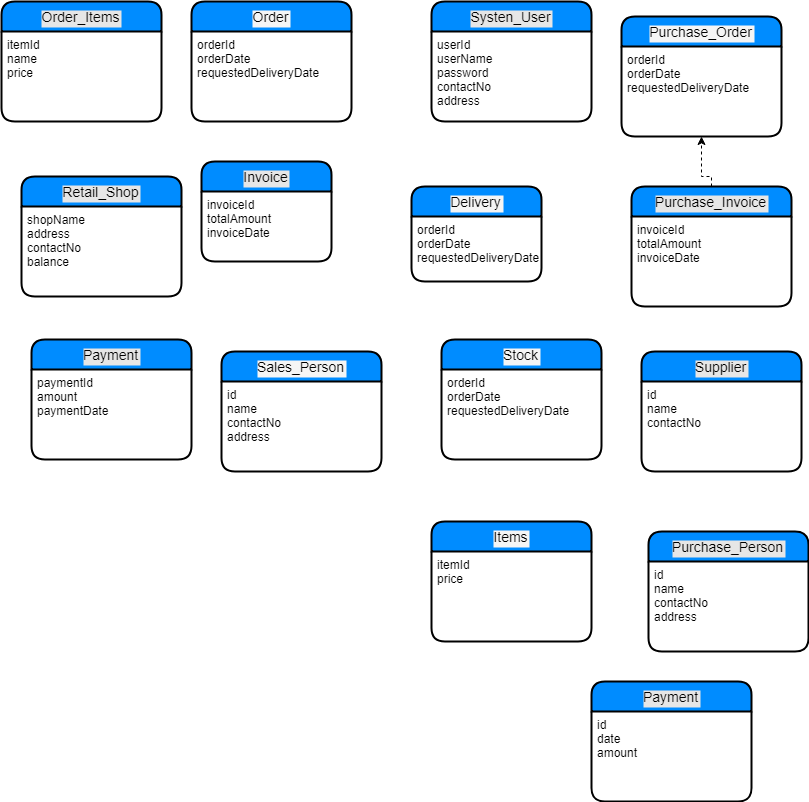
Above: ER diagram.png in dim912/akkatb (draw.io), before the change. Source tidied: cells renumbered, new cells last; positions are measured from the earlier drawing's top-left corner, leaving out a move shared by most shapes. Source of this version:
```xml
<mxGraphModel background="#ffffff">
  <root>
    <mxCell id="0" />
    <mxCell id="1" parent="0" />
    <mxCell id="2" value="Purchase_Order" style="swimlane;horizontal=1;startSize=30;fillColor=#008cff;fontColor=#000000;rounded=1;fontSize=14;fontStyle=0;strokeWidth=2;shadow=0;dashed=0;align=center;labelBackgroundColor=#F5F5F5;" parent="1" vertex="1">
      <mxGeometry x="620" y="15" width="160" height="120" as="geometry" />
    </mxCell>
    <mxCell id="3" value="orderId&#10;orderDate&#10;requestedDeliveryDate&#10;" style="align=left;strokeColor=none;fillColor=none;spacingLeft=4;fontSize=12;verticalAlign=top;fontColor=#000000;" parent="2" vertex="1">
      <mxGeometry y="30" width="160" height="90" as="geometry" />
    </mxCell>
    <mxCell id="4" style="edgeStyle=orthogonalEdgeStyle;rounded=0;html=1;dashed=1;labelBackgroundColor=#F5F5F5;jettySize=auto;fontSize=14;fontColor=#000000;" parent="1" edge="1" source="23" target="3">
      <mxGeometry relative="1" as="geometry" />
    </mxCell>
    <mxCell id="5" value="Sales_Person" style="swimlane;horizontal=1;startSize=30;fillColor=#008cff;fontColor=#000000;rounded=1;fontSize=14;fontStyle=0;strokeWidth=2;shadow=0;dashed=0;align=center;labelBackgroundColor=#F5F5F5;" parent="1" vertex="1">
      <mxGeometry x="220" y="350" width="160" height="120" as="geometry" />
    </mxCell>
    <mxCell id="6" value="id&#10;name&#10;contactNo&#10;address&#10;" style="align=left;strokeColor=none;fillColor=none;spacingLeft=4;fontSize=12;verticalAlign=top;fontColor=#000000;" parent="5" vertex="1">
      <mxGeometry y="30" width="160" height="90" as="geometry" />
    </mxCell>
    <mxCell id="7" value="Order" style="swimlane;horizontal=1;startSize=30;fillColor=#008cff;fontColor=#000000;rounded=1;fontSize=14;fontStyle=0;strokeWidth=2;shadow=0;dashed=0;align=center;labelBackgroundColor=#F5F5F5;" parent="1" vertex="1">
      <mxGeometry x="190" width="160" height="120" as="geometry" />
    </mxCell>
    <mxCell id="8" value="orderId&#10;orderDate&#10;requestedDeliveryDate&#10;" style="align=left;strokeColor=none;fillColor=none;spacingLeft=4;fontSize=12;verticalAlign=top;fontColor=#000000;" parent="7" vertex="1">
      <mxGeometry y="30" width="160" height="90" as="geometry" />
    </mxCell>
    <mxCell id="9" value="Systen_User" style="swimlane;horizontal=1;startSize=30;fillColor=#008cff;fontColor=#000000;rounded=1;fontSize=14;fontStyle=0;strokeWidth=2;shadow=0;dashed=0;align=center;labelBackgroundColor=#E6E6E6;" parent="1" vertex="1">
      <mxGeometry x="430" width="160" height="120" as="geometry" />
    </mxCell>
    <mxCell id="10" value="userId&#10;userName&#10;password&#10;contactNo&#10;address&#10;" style="align=left;strokeColor=none;fillColor=none;spacingLeft=4;fontSize=12;verticalAlign=top;fontColor=#000000;" parent="9" vertex="1">
      <mxGeometry y="30" width="160" height="90" as="geometry" />
    </mxCell>
    <mxCell id="11" value="Delivery" style="swimlane;horizontal=1;startSize=30;fillColor=#008cff;fontColor=#000000;rounded=1;fontSize=14;fontStyle=0;strokeWidth=2;shadow=0;dashed=0;align=center;labelBackgroundColor=#F5F5F5;" parent="1" vertex="1">
      <mxGeometry x="410" y="185" width="130" height="95" as="geometry" />
    </mxCell>
    <mxCell id="12" value="orderId&#10;orderDate&#10;requestedDeliveryDate&#10;" style="align=left;strokeColor=none;fillColor=none;spacingLeft=4;fontSize=12;verticalAlign=top;fontColor=#000000;" parent="11" vertex="1">
      <mxGeometry y="30" width="130" height="65" as="geometry" />
    </mxCell>
    <mxCell id="13" value="Order_Items" style="swimlane;horizontal=1;startSize=30;fillColor=#008cff;fontColor=#000000;rounded=1;fontSize=14;fontStyle=0;strokeWidth=2;shadow=0;dashed=0;align=center;labelBackgroundColor=#E6E6E6;" parent="1" vertex="1">
      <mxGeometry width="160" height="120" as="geometry" />
    </mxCell>
    <mxCell id="14" value="itemId&#10;name&#10;price&#10;" style="align=left;strokeColor=none;fillColor=none;spacingLeft=4;fontSize=12;verticalAlign=top;" parent="13" vertex="1">
      <mxGeometry y="30" width="160" height="90" as="geometry" />
    </mxCell>
    <mxCell id="15" value="Invoice" style="swimlane;horizontal=1;startSize=30;fillColor=#008cff;fontColor=#000000;rounded=1;fontSize=14;fontStyle=0;strokeWidth=2;shadow=0;dashed=0;align=center;labelBackgroundColor=#E6E6E6;" parent="1" vertex="1">
      <mxGeometry x="200" y="160" width="130" height="100" as="geometry" />
    </mxCell>
    <mxCell id="16" value="Retail_Shop" style="swimlane;horizontal=1;startSize=30;fillColor=#008cff;fontColor=#000000;rounded=1;fontSize=14;fontStyle=0;strokeWidth=2;shadow=0;dashed=0;align=center;labelBackgroundColor=#E6E6E6;" parent="1" vertex="1">
      <mxGeometry x="20" y="175" width="160" height="120" as="geometry" />
    </mxCell>
    <mxCell id="17" value="shopName&#10;address&#10;contactNo&#10;balance&#10;" style="align=left;strokeColor=none;fillColor=none;spacingLeft=4;fontSize=12;verticalAlign=top;" parent="16" vertex="1">
      <mxGeometry y="30" width="160" height="90" as="geometry" />
    </mxCell>
    <mxCell id="18" value="Payment" style="swimlane;horizontal=1;startSize=30;fillColor=#008cff;fontColor=#000000;rounded=1;fontSize=14;fontStyle=0;strokeWidth=2;shadow=0;dashed=0;align=center;labelBackgroundColor=#E6E6E6;" parent="1" vertex="1">
      <mxGeometry x="30" y="338" width="160" height="120" as="geometry" />
    </mxCell>
    <mxCell id="19" value="paymentId&#10;amount&#10;paymentDate&#10;" style="align=left;strokeColor=none;fillColor=none;spacingLeft=4;fontSize=12;verticalAlign=top;" parent="18" vertex="1">
      <mxGeometry y="30" width="160" height="90" as="geometry" />
    </mxCell>
    <mxCell id="20" value="Stock" style="swimlane;horizontal=1;startSize=30;fillColor=#008cff;fontColor=#000000;rounded=1;fontSize=14;fontStyle=0;strokeWidth=2;shadow=0;dashed=0;align=center;labelBackgroundColor=#F5F5F5;" parent="1" vertex="1">
      <mxGeometry x="440" y="338" width="160" height="120" as="geometry" />
    </mxCell>
    <mxCell id="21" value="orderId&#10;orderDate&#10;requestedDeliveryDate&#10;" style="align=left;strokeColor=none;fillColor=none;spacingLeft=4;fontSize=12;verticalAlign=top;fontColor=#000000;" parent="20" vertex="1">
      <mxGeometry y="30" width="160" height="90" as="geometry" />
    </mxCell>
    <mxCell id="22" value="Purchase_Invoice" style="swimlane;horizontal=1;startSize=30;fillColor=#008cff;fontColor=#000000;rounded=1;fontSize=14;fontStyle=0;strokeWidth=2;shadow=0;dashed=0;align=center;labelBackgroundColor=#E6E6E6;" parent="1" vertex="1">
      <mxGeometry x="630" y="185" width="160" height="120" as="geometry" />
    </mxCell>
    <mxCell id="23" value="invoiceId&#10;totalAmount&#10;invoiceDate&#10;" style="align=left;strokeColor=none;fillColor=none;spacingLeft=4;fontSize=12;verticalAlign=top;" parent="22" vertex="1">
      <mxGeometry y="30" width="160" height="90" as="geometry" />
    </mxCell>
    <mxCell id="24" value="Supplier" style="swimlane;horizontal=1;startSize=30;fillColor=#008cff;fontColor=#000000;rounded=1;fontSize=14;fontStyle=0;strokeWidth=2;shadow=0;dashed=0;align=center;labelBackgroundColor=#E6E6E6;" parent="1" vertex="1">
      <mxGeometry x="640" y="350" width="160" height="120" as="geometry" />
    </mxCell>
    <mxCell id="25" value="id&#10;name&#10;contactNo&#10;" style="align=left;strokeColor=none;fillColor=none;spacingLeft=4;fontSize=12;verticalAlign=top;" parent="24" vertex="1">
      <mxGeometry y="30" width="160" height="90" as="geometry" />
    </mxCell>
    <mxCell id="26" value="Purchase_Person" style="swimlane;horizontal=1;startSize=30;fillColor=#008cff;fontColor=#000000;rounded=1;fontSize=14;fontStyle=0;strokeWidth=2;shadow=0;dashed=0;align=center;labelBackgroundColor=#E6E6E6;" parent="1" vertex="1">
      <mxGeometry x="647" y="530" width="160" height="120" as="geometry" />
    </mxCell>
    <mxCell id="27" value="id&#10;name&#10;contactNo&#10;address&#10;" style="align=left;strokeColor=none;fillColor=none;spacingLeft=4;fontSize=12;verticalAlign=top;" parent="26" vertex="1">
      <mxGeometry y="30" width="160" height="90" as="geometry" />
    </mxCell>
    <mxCell id="28" value="Items" style="swimlane;horizontal=1;startSize=30;fillColor=#008cff;fontColor=#000000;rounded=1;fontSize=14;fontStyle=0;strokeWidth=2;shadow=0;dashed=0;align=center;labelBackgroundColor=#F5F5F5;" parent="1" vertex="1">
      <mxGeometry x="430" y="520" width="160" height="120" as="geometry" />
    </mxCell>
    <mxCell id="29" value="itemId&#10;price&#10;" style="align=left;strokeColor=none;fillColor=none;spacingLeft=4;fontSize=12;verticalAlign=top;" parent="28" vertex="1">
      <mxGeometry y="30" width="160" height="90" as="geometry" />
    </mxCell>
    <mxCell id="30" value="Payment" style="swimlane;horizontal=1;startSize=30;fillColor=#008cff;fontColor=#000000;rounded=1;fontSize=14;fontStyle=0;strokeWidth=2;shadow=0;dashed=0;align=center;labelBackgroundColor=#E6E6E6;" parent="1" vertex="1">
      <mxGeometry x="590" y="680" width="160" height="120" as="geometry" />
    </mxCell>
    <mxCell id="31" value="id&#10;date&#10;amount&#10;" style="align=left;strokeColor=none;fillColor=none;spacingLeft=4;fontSize=12;verticalAlign=top;" parent="30" vertex="1">
      <mxGeometry y="30" width="160" height="90" as="geometry" />
    </mxCell>
    <mxCell id="32" value="invoiceId&#10;totalAmount&#10;invoiceDate&#10;" style="align=left;strokeColor=none;fillColor=none;spacingLeft=4;fontSize=12;verticalAlign=top;" parent="1" vertex="1">
      <mxGeometry x="200" y="190" width="130" height="65" as="geometry" />
    </mxCell>
  </root>
</mxGraphModel>
```
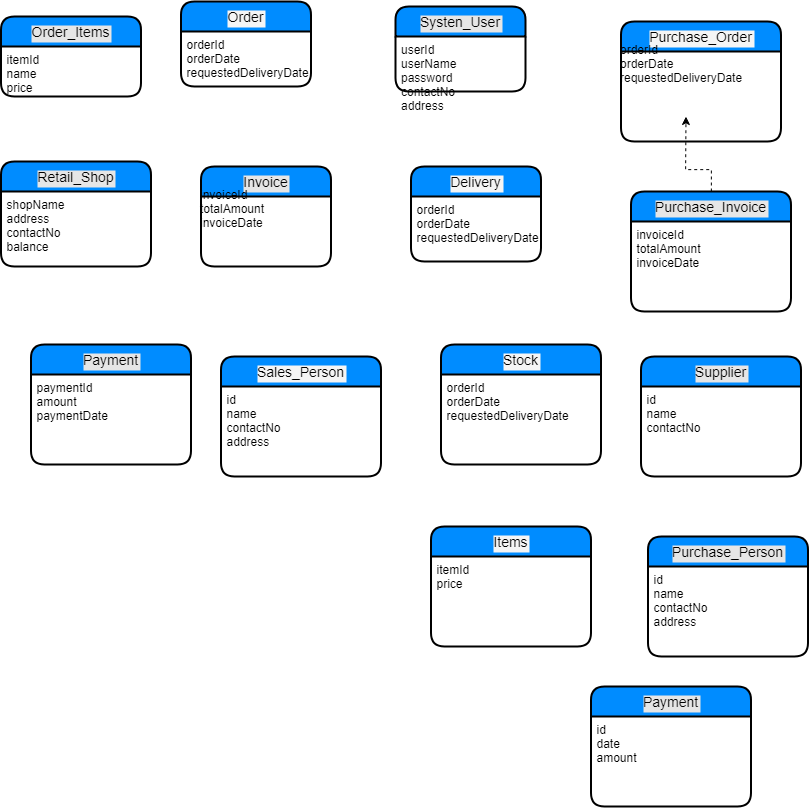
After the change.

The edit, as a diff of the source:
```diff
@@ -5,11 +5,10 @@
     <mxCell id="2" value="Purchase_Order" style="swimlane;horizontal=1;startSize=30;fillColor=#008cff;fontColor=#000000;rounded=1;fontSize=14;fontStyle=0;strokeWidth=2;shadow=0;dashed=0;align=center;labelBackgroundColor=#F5F5F5;" parent="1" vertex="1">
       <mxGeometry x="620" y="15" width="160" height="120" as="geometry" />
     </mxCell>
-    <mxCell id="3" value="orderId&#10;orderDate&#10;requestedDeliveryDate&#10;" style="align=left;strokeColor=none;fillColor=none;spacingLeft=4;fontSize=12;verticalAlign=top;fontColor=#000000;" parent="2" vertex="1">
-      <mxGeometry y="30" width="160" height="90" as="geometry" />
-    </mxCell>
-    <mxCell id="4" style="edgeStyle=orthogonalEdgeStyle;rounded=0;html=1;dashed=1;labelBackgroundColor=#F5F5F5;jettySize=auto;fontSize=14;fontColor=#000000;" parent="1" edge="1" source="23" target="3">
-      <mxGeometry relative="1" as="geometry" />
+    <mxCell id="4" style="edgeStyle=orthogonalEdgeStyle;rounded=0;html=1;dashed=1;labelBackgroundColor=#F5F5F5;jettySize=auto;fontSize=14;fontColor=#000000;" parent="1" edge="1" source="23">
+      <mxGeometry relative="1" as="geometry">
+        <mxPoint x="685" y="110" as="targetPoint" />
+      </mxGeometry>
     </mxCell>
     <mxCell id="5" value="Sales_Person" style="swimlane;horizontal=1;startSize=30;fillColor=#008cff;fontColor=#000000;rounded=1;fontSize=14;fontStyle=0;strokeWidth=2;shadow=0;dashed=0;align=center;labelBackgroundColor=#F5F5F5;" parent="1" vertex="1">
       <mxGeometry x="220" y="350" width="160" height="120" as="geometry" />
@@ -18,37 +17,31 @@
       <mxGeometry y="30" width="160" height="90" as="geometry" />
     </mxCell>
     <mxCell id="7" value="Order" style="swimlane;horizontal=1;startSize=30;fillColor=#008cff;fontColor=#000000;rounded=1;fontSize=14;fontStyle=0;strokeWidth=2;shadow=0;dashed=0;align=center;labelBackgroundColor=#F5F5F5;" parent="1" vertex="1">
-      <mxGeometry x="190" width="160" height="120" as="geometry" />
+      <mxGeometry x="180" y="-5" width="130" height="85" as="geometry" />
     </mxCell>
     <mxCell id="8" value="orderId&#10;orderDate&#10;requestedDeliveryDate&#10;" style="align=left;strokeColor=none;fillColor=none;spacingLeft=4;fontSize=12;verticalAlign=top;fontColor=#000000;" parent="7" vertex="1">
-      <mxGeometry y="30" width="160" height="90" as="geometry" />
+      <mxGeometry y="30" width="130" height="55" as="geometry" />
     </mxCell>
     <mxCell id="9" value="Systen_User" style="swimlane;horizontal=1;startSize=30;fillColor=#008cff;fontColor=#000000;rounded=1;fontSize=14;fontStyle=0;strokeWidth=2;shadow=0;dashed=0;align=center;labelBackgroundColor=#E6E6E6;" parent="1" vertex="1">
-      <mxGeometry x="430" width="160" height="120" as="geometry" />
+      <mxGeometry x="394.5" width="130" height="85" as="geometry" />
     </mxCell>
     <mxCell id="10" value="userId&#10;userName&#10;password&#10;contactNo&#10;address&#10;" style="align=left;strokeColor=none;fillColor=none;spacingLeft=4;fontSize=12;verticalAlign=top;fontColor=#000000;" parent="9" vertex="1">
-      <mxGeometry y="30" width="160" height="90" as="geometry" />
+      <mxGeometry y="30" width="130" height="55" as="geometry" />
     </mxCell>
     <mxCell id="11" value="Delivery" style="swimlane;horizontal=1;startSize=30;fillColor=#008cff;fontColor=#000000;rounded=1;fontSize=14;fontStyle=0;strokeWidth=2;shadow=0;dashed=0;align=center;labelBackgroundColor=#F5F5F5;" parent="1" vertex="1">
-      <mxGeometry x="410" y="185" width="130" height="95" as="geometry" />
+      <mxGeometry x="410" y="160" width="130" height="95" as="geometry" />
     </mxCell>
     <mxCell id="12" value="orderId&#10;orderDate&#10;requestedDeliveryDate&#10;" style="align=left;strokeColor=none;fillColor=none;spacingLeft=4;fontSize=12;verticalAlign=top;fontColor=#000000;" parent="11" vertex="1">
       <mxGeometry y="30" width="130" height="65" as="geometry" />
     </mxCell>
-    <mxCell id="13" value="Order_Items" style="swimlane;horizontal=1;startSize=30;fillColor=#008cff;fontColor=#000000;rounded=1;fontSize=14;fontStyle=0;strokeWidth=2;shadow=0;dashed=0;align=center;labelBackgroundColor=#E6E6E6;" parent="1" vertex="1">
-      <mxGeometry width="160" height="120" as="geometry" />
-    </mxCell>
-    <mxCell id="14" value="itemId&#10;name&#10;price&#10;" style="align=left;strokeColor=none;fillColor=none;spacingLeft=4;fontSize=12;verticalAlign=top;" parent="13" vertex="1">
-      <mxGeometry y="30" width="160" height="90" as="geometry" />
-    </mxCell>
     <mxCell id="15" value="Invoice" style="swimlane;horizontal=1;startSize=30;fillColor=#008cff;fontColor=#000000;rounded=1;fontSize=14;fontStyle=0;strokeWidth=2;shadow=0;dashed=0;align=center;labelBackgroundColor=#E6E6E6;" parent="1" vertex="1">
       <mxGeometry x="200" y="160" width="130" height="100" as="geometry" />
     </mxCell>
     <mxCell id="16" value="Retail_Shop" style="swimlane;horizontal=1;startSize=30;fillColor=#008cff;fontColor=#000000;rounded=1;fontSize=14;fontStyle=0;strokeWidth=2;shadow=0;dashed=0;align=center;labelBackgroundColor=#E6E6E6;" parent="1" vertex="1">
-      <mxGeometry x="20" y="175" width="160" height="120" as="geometry" />
+      <mxGeometry y="155" width="150" height="105" as="geometry" />
     </mxCell>
     <mxCell id="17" value="shopName&#10;address&#10;contactNo&#10;balance&#10;" style="align=left;strokeColor=none;fillColor=none;spacingLeft=4;fontSize=12;verticalAlign=top;" parent="16" vertex="1">
-      <mxGeometry y="30" width="160" height="90" as="geometry" />
+      <mxGeometry y="30" width="150" height="75" as="geometry" />
     </mxCell>
     <mxCell id="18" value="Payment" style="swimlane;horizontal=1;startSize=30;fillColor=#008cff;fontColor=#000000;rounded=1;fontSize=14;fontStyle=0;strokeWidth=2;shadow=0;dashed=0;align=center;labelBackgroundColor=#E6E6E6;" parent="1" vertex="1">
       <mxGeometry x="30" y="338" width="160" height="120" as="geometry" />
@@ -93,7 +86,16 @@
       <mxGeometry y="30" width="160" height="90" as="geometry" />
     </mxCell>
     <mxCell id="32" value="invoiceId&#10;totalAmount&#10;invoiceDate&#10;" style="align=left;strokeColor=none;fillColor=none;spacingLeft=4;fontSize=12;verticalAlign=top;" parent="1" vertex="1">
-      <mxGeometry x="200" y="190" width="130" height="65" as="geometry" />
+      <mxGeometry x="193.5" y="175" width="130" height="65" as="geometry" />
     </mxCell>
+    <mxCell id="3" value="orderId&#10;orderDate&#10;requestedDeliveryDate&#10;" style="align=left;strokeColor=none;fillColor=none;spacingLeft=4;fontSize=12;verticalAlign=top;fontColor=#000000;" parent="1" vertex="1">
+      <mxGeometry x="613.5" y="30" width="130" height="65" as="geometry" />
+    </mxCell>
+    <mxCell id="13" value="Order_Items" style="swimlane;horizontal=1;startSize=30;fillColor=#008cff;fontColor=#000000;rounded=1;fontSize=14;fontStyle=0;strokeWidth=2;shadow=0;dashed=0;align=center;labelBackgroundColor=#E6E6E6;" parent="1" vertex="1">
+      <mxGeometry y="10" width="140" height="80" as="geometry" />
+    </mxCell>
+    <mxCell id="14" value="itemId&#10;name&#10;price&#10;" style="align=left;strokeColor=none;fillColor=none;spacingLeft=4;fontSize=12;verticalAlign=top;" parent="13" vertex="1">
+      <mxGeometry y="30" width="140" height="50" as="geometry" />
+    </mxCell>
   </root>
 </mxGraphModel>
```
